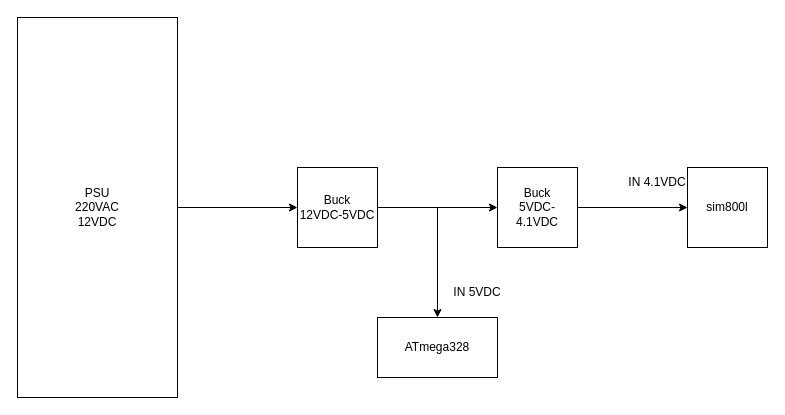
Above: Buck powers supply 1.drawio in DanielDimitrov123/Smart-Domophone (draw.io), before the change. Source tidied: cells renumbered, new cells numbered last; positions are measured from the earlier drawing's top-left corner, leaving out a move shared by most shapes. Both pictures are drawn from the tidied source at 100%, with x=0, y=0 at pixel (17, 17).
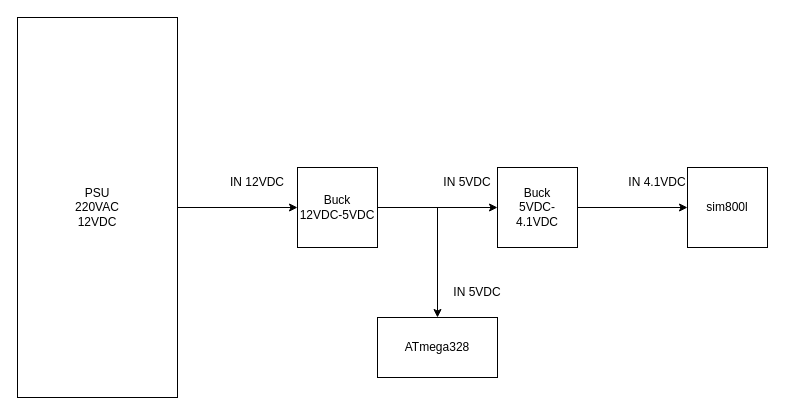
After the change.

Change to the diagram source:
```diff
@@
 <mxGraphModel>
   <root>
     <mxCell id="0" />
     <mxCell id="1" parent="0" />
     <mxCell id="2" style="edgeStyle=orthogonalEdgeStyle;rounded=0;jettySize=auto;html=1;" parent="1" edge="1" source="3" target="8">
       <mxGeometry relative="1" as="geometry" />
     </mxCell>
     <mxCell id="3" value="PSU&lt;div&gt;220VAC&lt;/div&gt;&lt;div&gt;12VDC&lt;/div&gt;" style="rounded=0;whiteSpace=wrap;html=1;" parent="1" vertex="1">
       <mxGeometry width="160" height="380" as="geometry" />
     </mxCell>
     <mxCell id="4" value="ATmega328" style="rounded=0;whiteSpace=wrap;html=1;" parent="1" vertex="1">
       <mxGeometry x="360" y="300" width="120" height="60" as="geometry" />
     </mxCell>
     <mxCell id="5" value="sim800l" style="whiteSpace=wrap;html=1;" parent="1" vertex="1">
       <mxGeometry x="670" y="150" width="80" height="80" as="geometry" />
     </mxCell>
     <mxCell id="6" style="edgeStyle=orthogonalEdgeStyle;rounded=0;jettySize=auto;html=1;exitX=1;exitY=0.5;exitDx=0;exitDy=0;" parent="1" edge="1" source="8" target="10">
       <mxGeometry relative="1" as="geometry" />
     </mxCell>
     <mxCell id="7" style="edgeStyle=orthogonalEdgeStyle;rounded=0;jettySize=auto;html=1;entryX=0.5;entryY=0;entryDx=0;entryDy=0;" parent="1" edge="1" source="8" target="4">
       <mxGeometry relative="1" as="geometry">
         <Array as="points">
           <mxPoint x="420" y="190" />
         </Array>
       </mxGeometry>
     </mxCell>
     <mxCell id="8" value="Buck&lt;div&gt;12VDC-5VDC&lt;/div&gt;" style="whiteSpace=wrap;html=1;" parent="1" vertex="1">
       <mxGeometry x="280" y="150" width="80" height="80" as="geometry" />
     </mxCell>
     <mxCell id="9" style="edgeStyle=orthogonalEdgeStyle;rounded=0;jettySize=auto;html=1;exitX=1;exitY=0.5;exitDx=0;exitDy=0;entryX=0;entryY=0.5;entryDx=0;entryDy=0;" parent="1" edge="1" source="10" target="5">
       <mxGeometry relative="1" as="geometry" />
     </mxCell>
     <mxCell id="10" value="Buck&lt;div&gt;5VDC-4.1VDC&lt;/div&gt;" style="whiteSpace=wrap;html=1;" parent="1" vertex="1">
       <mxGeometry x="480" y="150" width="80" height="80" as="geometry" />
     </mxCell>
     <mxCell id="11" value="IN 4.1VDC" style="text;html=1;align=center;verticalAlign=middle;whiteSpace=wrap;rounded=0;" parent="1" vertex="1">
       <mxGeometry x="610" y="150" width="60" height="30" as="geometry" />
     </mxCell>
     <mxCell id="12" value="IN 5VDC" style="text;html=1;align=center;verticalAlign=middle;whiteSpace=wrap;rounded=0;" parent="1" vertex="1">
       <mxGeometry x="430" y="260" width="60" height="30" as="geometry" />
     </mxCell>
+    <mxCell id="13" value="IN 12VDC" style="text;html=1;align=center;verticalAlign=middle;whiteSpace=wrap;rounded=0;" parent="1" vertex="1">
+      <mxGeometry x="210" y="150" width="60" height="30" as="geometry" />
+    </mxCell>
+    <mxCell id="14" value="IN 5VDC" style="text;html=1;align=center;verticalAlign=middle;whiteSpace=wrap;rounded=0;" parent="1" vertex="1">
+      <mxGeometry x="420" y="150" width="60" height="30" as="geometry" />
+    </mxCell>
   </root>
 </mxGraphModel>
```
